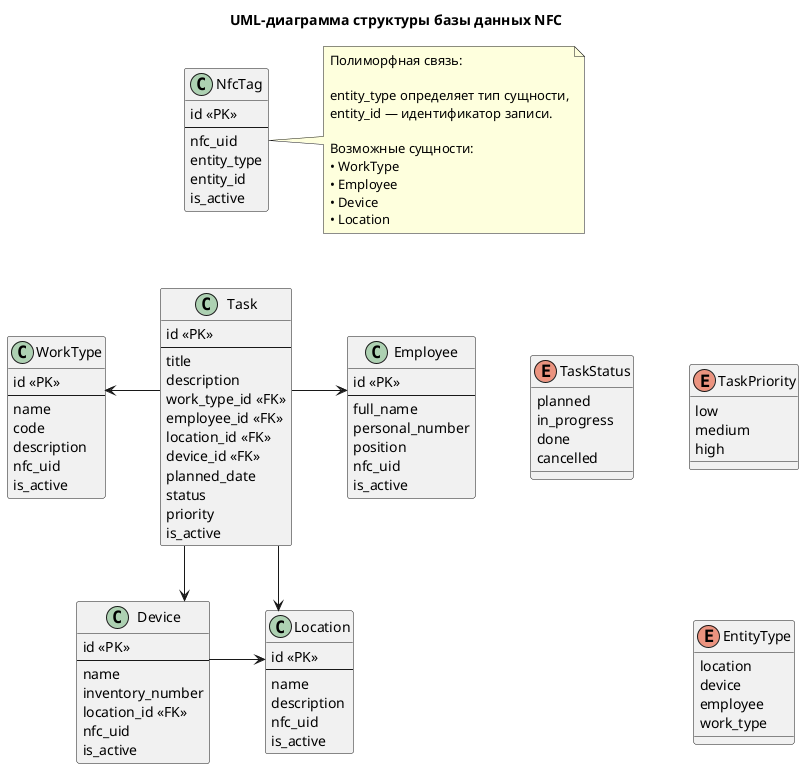
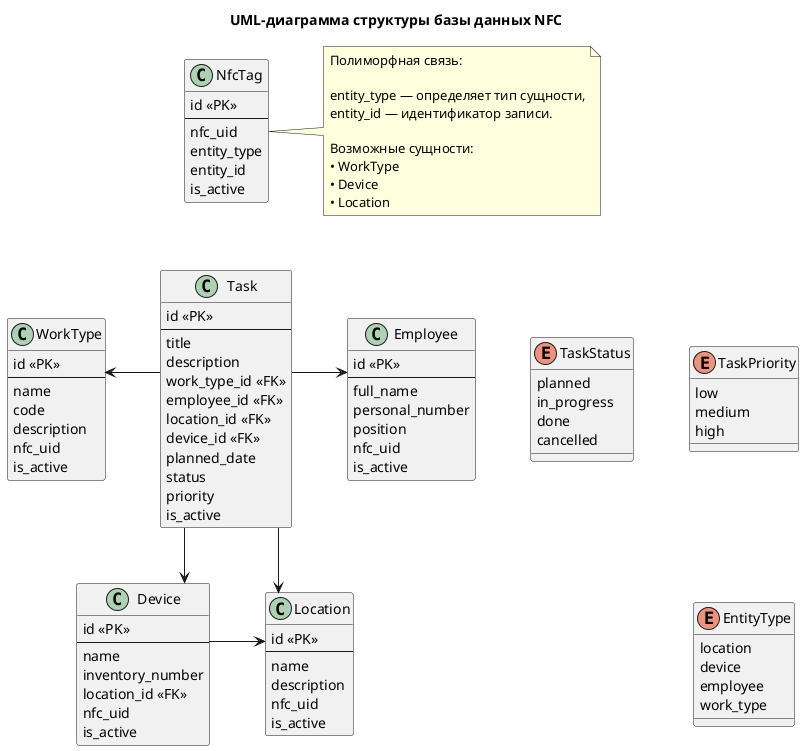
@startuml
title UML-диаграмма структуры базы данных NFC

top to bottom direction

skinparam classAttributeIconSize 0
skinparam linetype ortho
skinparam nodesep 55
skinparam ranksep 55

class NfcTag {
    id <<PK>>
    --
    nfc_uid
    entity_type
    entity_id
    is_active
}

class WorkType {
    id <<PK>>
    --
    name
    code
    description
    nfc_uid
    is_active
}

class Employee {
    id <<PK>>
    --
    full_name
    personal_number
    position
    nfc_uid
    is_active
}

class Task {
    id <<PK>>
    --
    title
    description
    work_type_id <<FK>>
    employee_id <<FK>>
    location_id <<FK>>
    device_id <<FK>>
    planned_date
    status
    priority
    is_active
}

class Device {
    id <<PK>>
    --
    name
    inventory_number
    location_id <<FK>>
    nfc_uid
    is_active
}

class Location {
    id <<PK>>
    --
    name
    description
    nfc_uid
    is_active
}

enum TaskStatus {
    planned
    in_progress
    done
    cancelled
}

enum TaskPriority {
    low
    medium
    high
}

enum EntityType {
    location
    device
    employee
    work_type
}

Task -left-> WorkType
Task -right-> Employee
Task -down-> Device
Task -down-> Location

Device -right-> Location

note right of NfcTag
  Полиморфная связь:

-   entity_type определяет тип сущности,
+   entity_type — определяет тип сущности,
  entity_id — идентификатор записи.

  Возможные сущности:
  • WorkType
-   • Employee
  • Device
  • Location
end note

WorkType -[hidden]right-> Task
Task -[hidden]right-> Employee

Device -[hidden]right-> Location

NfcTag -[hidden]down-> Task
WorkType -[hidden]down-> Device
Employee -[hidden]down-> Location

TaskStatus -[hidden]right-> TaskPriority
TaskPriority -[hidden]down-> EntityType

Employee -[hidden]right-> TaskStatus

@enduml